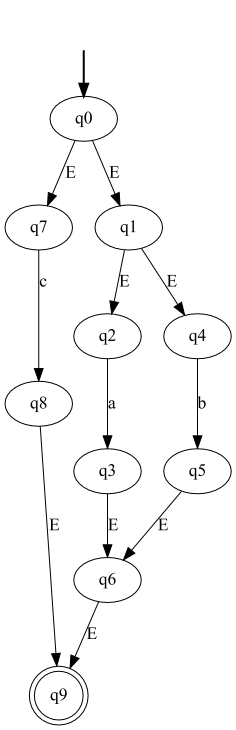
Earlier version of the Graphviz export ER e AFNE - Trabalho 3/resources/AFNE.png (MarcosFelipeBC/lfa). Its source is kept beside it as ER e AFNE - Trabalho 3/resources/AFNE.dot.
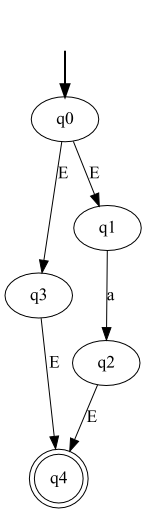
After the change.

Commit message:
Fix conversion from RE to AFNE to allow usage of epsilon symbols at RE

The edit, as a diff of the source:
```diff
@@ -1,25 +1,14 @@
 digraph {
 	fake0 [style=invisible]
-	q8
-	q7
+	q4 [shape=doublecircle]
 	q0 [root=true]
-	q9 [shape=doublecircle]
 	q3
+	q1
 	q2
-	q4
-	q6
-	q5
-	q1
 	fake0 -> q0 [style=bold]
-	q2 -> q3 [label=a]
-	q4 -> q5 [label=b]
-	q1 -> q4 [label=E]
-	q1 -> q2 [label=E]
-	q3 -> q6 [label=E]
-	q5 -> q6 [label=E]
-	q7 -> q8 [label=c]
-	q0 -> q7 [label=E]
+	q1 -> q2 [label=a]
+	q0 -> q3 [label=E]
 	q0 -> q1 [label=E]
-	q6 -> q9 [label=E]
-	q8 -> q9 [label=E]
+	q2 -> q4 [label=E]
+	q3 -> q4 [label=E]
 }
```
